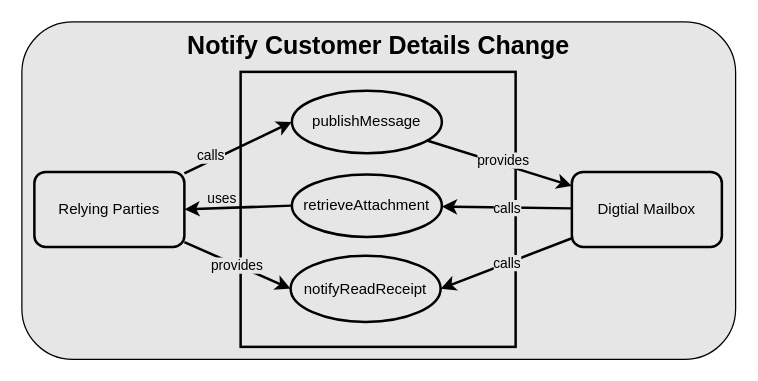
Earlier version of the draw.io diagram page "01-digitalmail-usecases" (4 of 4) of mygov-digitamail-sis.drawio (ramchalluri/temp-repo). Source tidied: cells renumbered, new cells numbered last; positions are measured from the earlier drawing's top-left corner, leaving out a move shared by most shapes. Both pictures are drawn from the tidied source at 125%, with x=0, y=0 at pixel (21, 21).
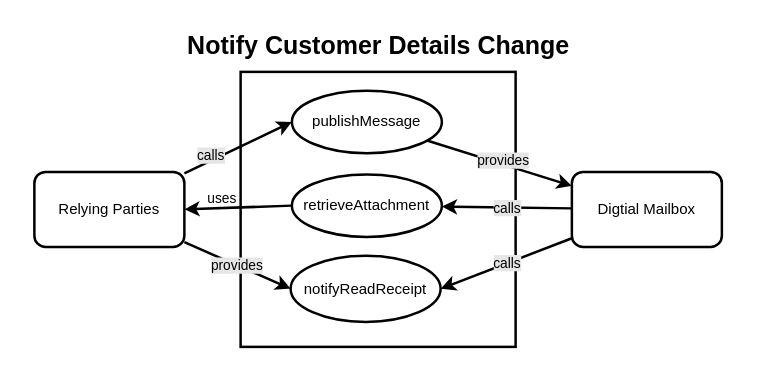
The same page after the edit.

What changed in the source:
```diff
@@
 <mxGraphModel background="#ffffff">
   <root>
     <mxCell id="0" />
     <mxCell id="1" parent="0" />
-    <mxCell id="2" value="&lt;span style=&quot;color: rgb(0, 0, 0);&quot;&gt;Notify Customer Details Change&lt;/span&gt;" style="rounded=1;whiteSpace=wrap;html=1;fillColor=#e6e6e6;verticalAlign=top;fontSize=20;fontStyle=1;" parent="1" vertex="1">
+    <mxCell id="2" value="&lt;span style=&quot;color: rgb(0, 0, 0);&quot;&gt;Notify Customer Details Change&lt;/span&gt;" style="rounded=1;whiteSpace=wrap;html=1;fillColor=#FFFFFF;verticalAlign=top;fontSize=20;fontStyle=1;strokeColor=none;strokeWidth=0;" parent="1" vertex="1">
       <mxGeometry width="571" height="270" as="geometry" />
     </mxCell>
     <mxCell id="3" parent="0" />
     <mxCell id="4" value="Relying Parties" style="rounded=1;whiteSpace=wrap;html=1;fontColor=#000000;strokeColor=#000000;strokeWidth=2;fillColor=none;" parent="3" vertex="1">
       <mxGeometry x="10" y="120" width="120" height="60" as="geometry" />
     </mxCell>
     <mxCell id="5" style="whiteSpace=wrap;html=1;fontColor=#000000;strokeColor=#000000;strokeWidth=2;fillColor=none;" parent="3" vertex="1">
       <mxGeometry x="175" y="40" width="220" height="220" as="geometry" />
     </mxCell>
     <mxCell id="6" value="publishMessage" style="ellipse;whiteSpace=wrap;html=1;fontColor=#000000;strokeColor=#000000;strokeWidth=2;fillColor=none;" parent="3" vertex="1">
       <mxGeometry x="216" y="55" width="120" height="50" as="geometry" />
     </mxCell>
     <mxCell id="7" value="retrieveAttachment" style="ellipse;whiteSpace=wrap;html=1;fontColor=#000000;strokeColor=#000000;strokeWidth=2;fillColor=none;" parent="3" vertex="1">
       <mxGeometry x="216" y="122" width="120" height="50" as="geometry" />
     </mxCell>
     <mxCell id="8" value="notifyReadReceipt" style="ellipse;whiteSpace=wrap;html=1;fontColor=#000000;strokeColor=#000000;strokeWidth=2;fillColor=none;" parent="3" vertex="1">
       <mxGeometry x="215" y="187" width="120" height="53" as="geometry" />
     </mxCell>
     <mxCell id="9" value="Digtial Mailbox" style="rounded=1;whiteSpace=wrap;html=1;fontColor=#000000;strokeColor=#000000;strokeWidth=2;fillColor=none;" parent="3" vertex="1">
       <mxGeometry x="440" y="120" width="120" height="60" as="geometry" />
     </mxCell>
     <mxCell id="10" style="html=1;entryX=0;entryY=0.5;entryDx=0;entryDy=0;fontColor=#000000;strokeColor=#000000;strokeWidth=2;" parent="3" edge="1" source="4" target="6">
       <mxGeometry relative="1" as="geometry" />
     </mxCell>
     <mxCell id="11" value="calls" style="edgeLabel;html=1;align=center;verticalAlign=middle;fontColor=#000000;labelBackgroundColor=#E6E6E6;" parent="10" vertex="1">
       <mxGeometry x="-0.47" y="4" relative="1" as="geometry" />
     </mxCell>
     <mxCell id="12" style="edgeStyle=none;html=1;fontColor=#000000;strokeColor=#000000;strokeWidth=2;exitX=0;exitY=0.5;exitDx=0;exitDy=0;entryX=1;entryY=0.5;entryDx=0;entryDy=0;" parent="3" edge="1" source="7" target="4">
       <mxGeometry relative="1" as="geometry" />
     </mxCell>
     <mxCell id="13" value="uses" style="edgeLabel;html=1;align=center;verticalAlign=middle;fontColor=#000000;labelBackgroundColor=none;" parent="12" vertex="1">
       <mxGeometry x="0.6" y="-2" relative="1" as="geometry">
         <mxPoint x="13" y="-7" as="offset" />
       </mxGeometry>
     </mxCell>
     <mxCell id="14" value="provides" style="edgeStyle=none;html=1;entryX=0;entryY=0.5;entryDx=0;entryDy=0;fontColor=#000000;strokeColor=#000000;strokeWidth=2;labelBackgroundColor=#E6E6E6;" parent="3" edge="1" source="4" target="8">
       <mxGeometry relative="1" as="geometry" />
     </mxCell>
     <mxCell id="15" style="edgeStyle=none;html=1;labelBackgroundColor=#E6E6E6;fontColor=#000000;strokeColor=#000000;strokeWidth=2;" parent="3" edge="1" source="6" target="9">
       <mxGeometry relative="1" as="geometry" />
     </mxCell>
     <mxCell id="16" value="provides" style="edgeLabel;html=1;align=center;verticalAlign=middle;fontColor=#000000;labelBackgroundColor=#E6E6E6;" parent="15" vertex="1">
       <mxGeometry x="0.59" y="2" relative="1" as="geometry">
         <mxPoint x="-33" y="-12" as="offset" />
       </mxGeometry>
     </mxCell>
     <mxCell id="17" value="calls" style="edgeStyle=none;html=1;labelBackgroundColor=#E6E6E6;fontColor=#000000;strokeColor=#000000;strokeWidth=2;" parent="3" edge="1" source="9" target="7">
       <mxGeometry relative="1" as="geometry" />
     </mxCell>
     <mxCell id="18" value="calls" style="edgeStyle=none;html=1;entryX=1;entryY=0.5;entryDx=0;entryDy=0;labelBackgroundColor=#E6E6E6;fontColor=#000000;strokeColor=#000000;strokeWidth=2;" parent="3" edge="1" source="9" target="8">
       <mxGeometry relative="1" as="geometry" />
     </mxCell>
   </root>
 </mxGraphModel>
```
